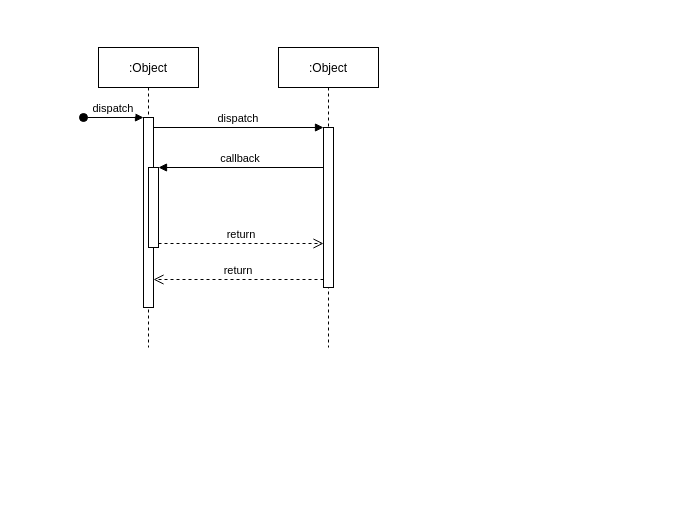
EliezerRibeiroNunes/UML keeps this draw.io diagram as sintaxe_diagrama_sequancia.drawio. Above is the earlier version. Source tidied: cells renumbered, new cells numbered last; positions are measured from the earlier drawing's top-left corner, leaving out a move shared by most shapes. Both pictures are drawn from the tidied source at 100%, with x=0, y=0 at pixel (83, 47).
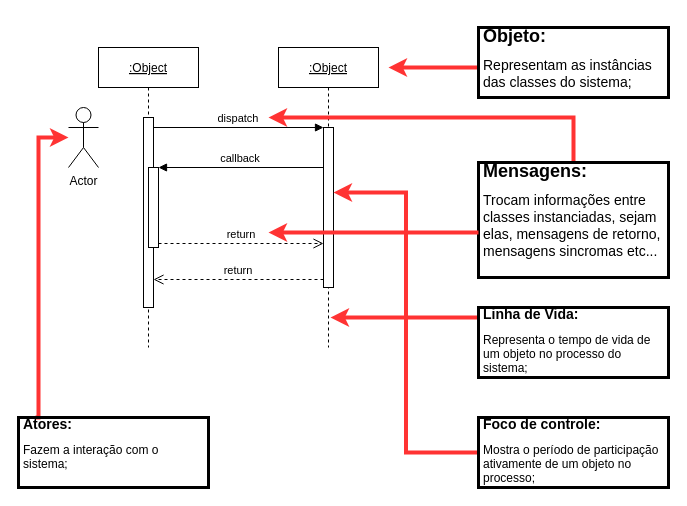
The same page after the edit.

The change refers to these unchanged cells:
```xml
<mxCell id="3" style="points=[];perimeter=orthogonalPerimeter;rounded=0;shadow=0;strokeWidth=1;" parent="2" vertex="1">
  <mxGeometry x="45" y="70" width="10" height="190" as="geometry" />
</mxCell>
<mxCell id="7" style="points=[];perimeter=orthogonalPerimeter;rounded=0;shadow=0;strokeWidth=1;" parent="6" vertex="1">
  <mxGeometry x="45" y="80" width="10" height="160" as="geometry" />
</mxCell>
```

What changed in the source:
```diff
@@
-    <mxCell id="2" value=":Object" style="shape=umlLifeline;perimeter=lifelinePerimeter;rounded=0;shadow=0;strokeWidth=1;" parent="1" vertex="1">
+    <mxCell id="2" value=":Object" style="shape=umlLifeline;perimeter=lifelinePerimeter;rounded=0;shadow=0;strokeWidth=1;fontStyle=4;" parent="1" vertex="1">
       <mxGeometry x="15" width="100" height="300" as="geometry" />
     </mxCell>
@@
-    <mxCell id="4" value="dispatch" style="verticalAlign=bottom;startArrow=oval;endArrow=block;startSize=8;shadow=0;strokeWidth=1;" parent="2" edge="1" target="3">
-      <mxGeometry relative="1" as="geometry">
-        <mxPoint x="-15" y="70" as="sourcePoint" />
-      </mxGeometry>
-    </mxCell>
@@
-    <mxCell id="6" value=":Object" style="shape=umlLifeline;perimeter=lifelinePerimeter;rounded=0;shadow=0;strokeWidth=1;" parent="1" vertex="1">
+    <mxCell id="6" value=":Object" style="shape=umlLifeline;perimeter=lifelinePerimeter;rounded=0;shadow=0;strokeWidth=1;fontStyle=4;" parent="1" vertex="1">
       <mxGeometry x="195" width="100" height="300" as="geometry" />
     </mxCell>
@@
+    <mxCell id="12" style="endArrow=classic;html=1;strokeColor=#FF3333;strokeWidth=4;" parent="1" edge="1">
+      <mxGeometry relative="1" as="geometry">
+        <mxPoint x="395" y="20" as="sourcePoint" />
+        <mxPoint x="305" y="20" as="targetPoint" />
+        <Array as="points">
+          <mxPoint x="365" y="20" />
+          <mxPoint x="345" y="20" />
+        </Array>
+      </mxGeometry>
+    </mxCell>
+    <mxCell id="13" value="&lt;h1 style=&quot;font-size: 14px&quot;&gt;&lt;font style=&quot;font-size: 18px&quot;&gt;Objeto:&lt;/font&gt;&lt;/h1&gt;&lt;h1 style=&quot;font-size: 14px&quot;&gt;&lt;span style=&quot;font-weight: normal&quot;&gt;Representam as instâncias das classes do sistema;&lt;/span&gt;&lt;br&gt;&lt;/h1&gt;" style="text;html=1;fillColor=none;spacing=5;spacingTop=-20;whiteSpace=wrap;overflow=hidden;rounded=0;strokeWidth=3;strokeColor=#000000;" parent="1" vertex="1">
+      <mxGeometry x="395" y="-20" width="190" height="70" as="geometry" />
+    </mxCell>
+    <mxCell id="14" value="Actor" style="shape=umlActor;verticalLabelPosition=bottom;verticalAlign=top;html=1;outlineConnect=0;rounded=0;strokeColor=#000000;strokeWidth=1;" parent="1" vertex="1">
+      <mxGeometry x="-15" y="60" width="30" height="60" as="geometry" />
+    </mxCell>
+    <mxCell id="15" style="edgeStyle=orthogonalEdgeStyle;rounded=0;jettySize=auto;html=1;strokeColor=#FF3333;strokeWidth=4;exitX=0.5;exitY=0;exitDx=0;exitDy=0;" parent="1" edge="1" source="16">
+      <mxGeometry relative="1" as="geometry">
+        <mxPoint x="185" y="70" as="targetPoint" />
+        <Array as="points">
+          <mxPoint x="490" y="70" />
+        </Array>
+      </mxGeometry>
+    </mxCell>
+    <mxCell id="16" value="&lt;h1 style=&quot;font-size: 14px&quot;&gt;&lt;font style=&quot;font-size: 18px&quot;&gt;Mensagens:&lt;/font&gt;&lt;br&gt;&lt;/h1&gt;&lt;h1 style=&quot;font-size: 14px&quot;&gt;&lt;span style=&quot;font-weight: normal&quot;&gt;Trocam informações entre classes instanciadas, sejam elas, mensagens de retorno, mensagens sincromas etc...&lt;/span&gt;&lt;br&gt;&lt;/h1&gt;" style="text;html=1;fillColor=none;spacing=5;spacingTop=-20;whiteSpace=wrap;overflow=hidden;rounded=0;strokeWidth=3;strokeColor=#000000;" parent="1" vertex="1">
+      <mxGeometry x="395" y="115" width="190" height="115" as="geometry" />
+    </mxCell>
+    <mxCell id="17" style="edgeStyle=orthogonalEdgeStyle;rounded=0;orthogonalLoop=1;jettySize=auto;html=1;strokeColor=#FF3333;strokeWidth=4;" parent="1" edge="1">
+      <mxGeometry relative="1" as="geometry">
+        <mxPoint x="395" y="185" as="sourcePoint" />
+        <mxPoint x="185" y="185" as="targetPoint" />
+      </mxGeometry>
+    </mxCell>
+    <mxCell id="18" style="edgeStyle=orthogonalEdgeStyle;rounded=0;jettySize=auto;html=1;entryX=0.52;entryY=0.9;entryDx=0;entryDy=0;entryPerimeter=0;strokeColor=#FF3333;strokeWidth=4;" parent="1" edge="1" source="19" target="6">
+      <mxGeometry relative="1" as="geometry">
+        <Array as="points">
+          <mxPoint x="375" y="270" />
+          <mxPoint x="375" y="270" />
+        </Array>
+      </mxGeometry>
+    </mxCell>
+    <mxCell id="19" value="&lt;h1 style=&quot;font-size: 14px&quot;&gt;Linha de Vida:&lt;br&gt;&lt;/h1&gt;Representa o tempo de vida de um objeto no processo do sistema;" style="text;html=1;fillColor=none;spacing=5;spacingTop=-20;whiteSpace=wrap;overflow=hidden;rounded=0;strokeWidth=3;strokeColor=#000000;" parent="1" vertex="1">
+      <mxGeometry x="395" y="260" width="190" height="70" as="geometry" />
+    </mxCell>
+    <mxCell id="20" style="edgeStyle=orthogonalEdgeStyle;rounded=0;jettySize=auto;html=1;entryX=1;entryY=0.406;entryDx=0;entryDy=0;entryPerimeter=0;strokeColor=#FF3333;strokeWidth=4;" parent="1" edge="1" source="21" target="7">
+      <mxGeometry relative="1" as="geometry" />
+    </mxCell>
+    <mxCell id="21" value="&lt;h1 style=&quot;font-size: 14px&quot;&gt;Foco de controle:&lt;br&gt;&lt;/h1&gt;Mostra o período de participação ativamente de um objeto no processo;" style="text;html=1;fillColor=none;spacing=5;spacingTop=-20;whiteSpace=wrap;overflow=hidden;rounded=0;strokeWidth=3;strokeColor=#000000;" parent="1" vertex="1">
+      <mxGeometry x="395" y="370" width="190" height="70" as="geometry" />
+    </mxCell>
+    <mxCell id="22" style="edgeStyle=orthogonalEdgeStyle;rounded=0;jettySize=auto;html=1;exitX=0.1;exitY=-0.029;exitDx=0;exitDy=0;strokeColor=#FF3333;strokeWidth=4;exitPerimeter=0;" parent="1" edge="1" source="23" target="14">
+      <mxGeometry relative="1" as="geometry">
+        <Array as="points">
+          <mxPoint x="-46" y="370" />
+          <mxPoint x="-45" y="370" />
+          <mxPoint x="-45" y="90" />
+        </Array>
+      </mxGeometry>
+    </mxCell>
+    <mxCell id="23" value="&lt;h1 style=&quot;font-size: 14px&quot;&gt;Atores:&lt;br&gt;&lt;/h1&gt;Fazem a interação com o sistema;" style="text;html=1;fillColor=none;spacing=5;spacingTop=-20;whiteSpace=wrap;overflow=hidden;rounded=0;strokeWidth=3;strokeColor=#000000;" parent="1" vertex="1">
+      <mxGeometry x="-65" y="370" width="190" height="70" as="geometry" />
+    </mxCell>
```
